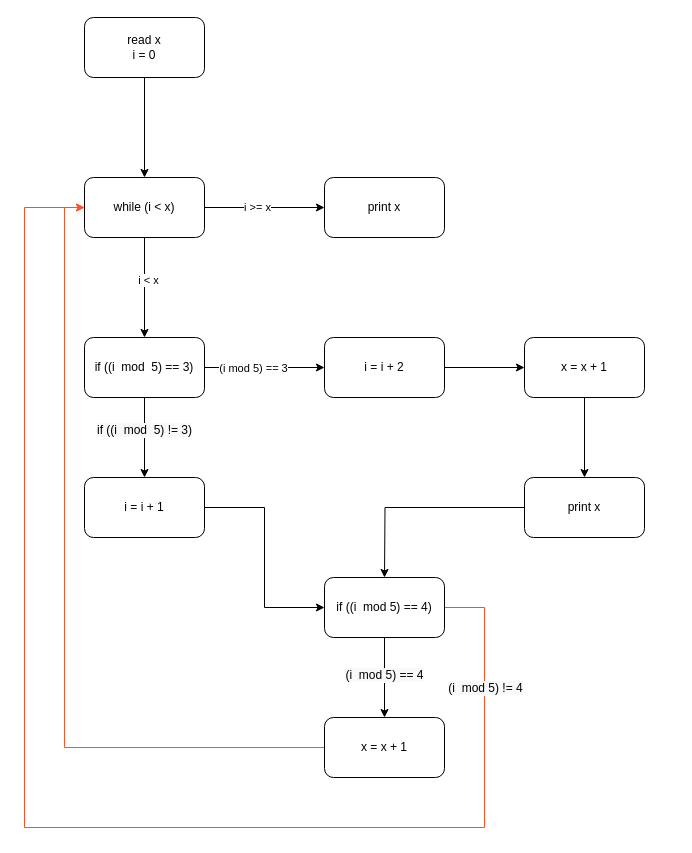
The draw.io diagram Exam 1.drawio in ramyareddy-g/flowdiagram, before the edit. Source tidied: cells renumbered, new cells numbered last; positions are measured from the earlier drawing's top-left corner, leaving out a move shared by most shapes. Both pictures are drawn from the tidied source at 100%, with x=0, y=0 at pixel (24, 17).
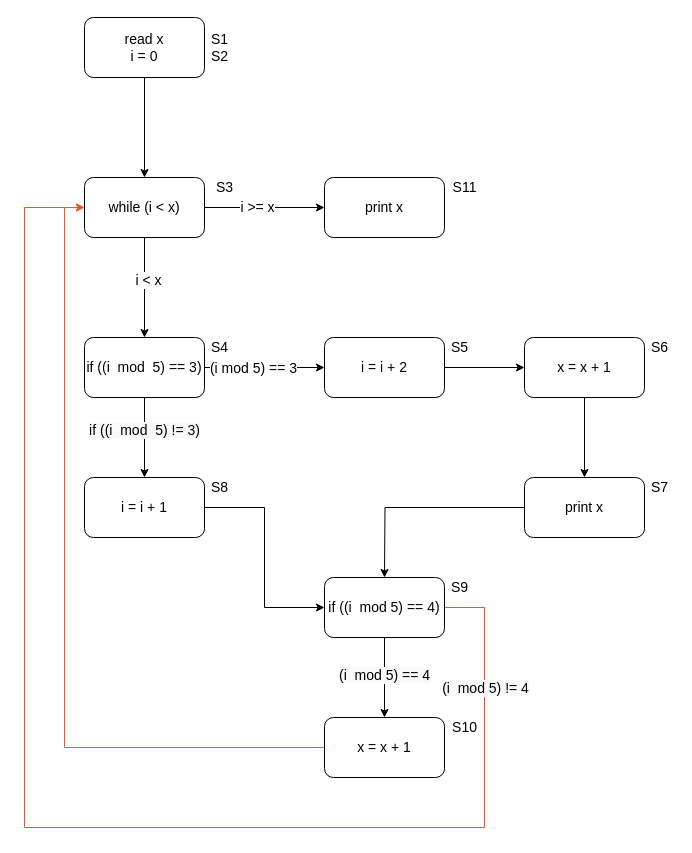
After the change.

Diff of the diagram source:
```diff
@@
-    <mxCell id="2" style="edgeStyle=orthogonalEdgeStyle;rounded=0;jettySize=auto;html=1;" parent="1" edge="1" source="3" target="8">
+    <mxCell id="2" style="edgeStyle=orthogonalEdgeStyle;rounded=0;jettySize=auto;html=1;fontSize=14;" parent="1" edge="1" source="3" target="8">
       <mxGeometry relative="1" as="geometry" />
     </mxCell>
-    <mxCell id="3" value="&lt;span&gt;read x&lt;/span&gt;&lt;br&gt;&lt;span&gt;i = 0&lt;/span&gt;" style="rounded=1;whiteSpace=wrap;html=1;" parent="1" vertex="1">
+    <mxCell id="3" value="&lt;span style=&quot;font-size: 14px;&quot;&gt;read x&lt;/span&gt;&lt;br style=&quot;font-size: 14px;&quot;&gt;&lt;span style=&quot;font-size: 14px;&quot;&gt;i = 0&lt;/span&gt;" style="rounded=1;whiteSpace=wrap;html=1;fontSize=14;" parent="1" vertex="1">
       <mxGeometry x="60" width="120" height="60" as="geometry" />
     </mxCell>
-    <mxCell id="4" style="edgeStyle=orthogonalEdgeStyle;rounded=0;jettySize=auto;html=1;" parent="1" edge="1" source="8" target="9">
+    <mxCell id="4" style="edgeStyle=orthogonalEdgeStyle;rounded=0;jettySize=auto;html=1;fontSize=14;" parent="1" edge="1" source="8" target="9">
       <mxGeometry relative="1" as="geometry" />
     </mxCell>
-    <mxCell id="5" value="i &amp;gt;= x" style="edgeLabel;html=1;align=center;verticalAlign=middle;" parent="4" vertex="1">
+    <mxCell id="5" value="i &amp;gt;= x" style="edgeLabel;html=1;align=center;verticalAlign=middle;fontSize=14;" parent="4" vertex="1">
       <mxGeometry x="-0.13" y="1" relative="1" as="geometry" />
     </mxCell>
-    <mxCell id="6" style="edgeStyle=orthogonalEdgeStyle;rounded=0;jettySize=auto;html=1;" parent="1" edge="1" source="8" target="14">
+    <mxCell id="6" style="edgeStyle=orthogonalEdgeStyle;rounded=0;jettySize=auto;html=1;fontSize=14;" parent="1" edge="1" source="8" target="14">
       <mxGeometry relative="1" as="geometry" />
     </mxCell>
-    <mxCell id="7" value="i &amp;lt; x" style="edgeLabel;html=1;align=center;verticalAlign=middle;" parent="6" vertex="1">
+    <mxCell id="7" value="i &amp;lt; x" style="edgeLabel;html=1;align=center;verticalAlign=middle;fontSize=14;" parent="6" vertex="1">
       <mxGeometry x="-0.16" y="3" relative="1" as="geometry" />
     </mxCell>
-    <mxCell id="8" value="while (i &amp;lt; x)" style="rounded=1;whiteSpace=wrap;html=1;" parent="1" vertex="1">
+    <mxCell id="8" value="while (i &amp;lt; x)" style="rounded=1;whiteSpace=wrap;html=1;fontSize=14;" parent="1" vertex="1">
       <mxGeometry x="60" y="160" width="120" height="60" as="geometry" />
     </mxCell>
-    <mxCell id="9" value="print x" style="rounded=1;whiteSpace=wrap;html=1;" parent="1" vertex="1">
+    <mxCell id="9" value="print x" style="rounded=1;whiteSpace=wrap;html=1;fontSize=14;" parent="1" vertex="1">
       <mxGeometry x="300" y="160" width="120" height="60" as="geometry" />
     </mxCell>
-    <mxCell id="10" style="edgeStyle=orthogonalEdgeStyle;rounded=0;jettySize=auto;html=1;" parent="1" edge="1" source="14" target="16">
+    <mxCell id="10" style="edgeStyle=orthogonalEdgeStyle;rounded=0;jettySize=auto;html=1;fontSize=14;" parent="1" edge="1" source="14" target="16">
       <mxGeometry relative="1" as="geometry" />
     </mxCell>
-    <mxCell id="11" value="(i mod 5) == 3" style="edgeLabel;html=1;align=center;verticalAlign=middle;" parent="10" vertex="1">
+    <mxCell id="11" value="(i mod 5) == 3" style="edgeLabel;html=1;align=center;verticalAlign=middle;fontSize=14;" parent="10" vertex="1">
       <mxGeometry x="-0.2" relative="1" as="geometry" />
     </mxCell>
-    <mxCell id="12" style="edgeStyle=orthogonalEdgeStyle;rounded=0;jettySize=auto;html=1;" parent="1" edge="1" source="14" target="18">
+    <mxCell id="12" style="edgeStyle=orthogonalEdgeStyle;rounded=0;jettySize=auto;html=1;fontSize=14;" parent="1" edge="1" source="14" target="18">
       <mxGeometry relative="1" as="geometry" />
     </mxCell>
-    <mxCell id="13" value="&lt;span style=&quot;font-size: 12px ; background-color: rgb(248 , 249 , 250)&quot;&gt;if ((i &amp;nbsp;mod &amp;nbsp;5) != 3)&lt;/span&gt;" style="edgeLabel;html=1;align=center;verticalAlign=middle;" parent="12" vertex="1">
+    <mxCell id="13" value="&lt;span style=&quot;font-size: 14px; background-color: rgb(248, 249, 250);&quot;&gt;if ((i &amp;nbsp;mod &amp;nbsp;5) != 3)&lt;/span&gt;" style="edgeLabel;html=1;align=center;verticalAlign=middle;fontSize=14;" parent="12" vertex="1">
       <mxGeometry x="-0.2" y="-1" relative="1" as="geometry" />
     </mxCell>
-    <mxCell id="14" value="if ((i &amp;nbsp;mod &amp;nbsp;5) == 3)" style="rounded=1;whiteSpace=wrap;html=1;" parent="1" vertex="1">
+    <mxCell id="14" value="if ((i &amp;nbsp;mod &amp;nbsp;5) == 3)" style="rounded=1;whiteSpace=wrap;html=1;fontSize=14;" parent="1" vertex="1">
       <mxGeometry x="60" y="320" width="120" height="60" as="geometry" />
     </mxCell>
-    <mxCell id="15" style="edgeStyle=orthogonalEdgeStyle;rounded=0;jettySize=auto;html=1;" parent="1" edge="1" source="16" target="20">
+    <mxCell id="15" style="edgeStyle=orthogonalEdgeStyle;rounded=0;jettySize=auto;html=1;fontSize=14;" parent="1" edge="1" source="16" target="20">
       <mxGeometry relative="1" as="geometry" />
     </mxCell>
-    <mxCell id="16" value="i = i + 2" style="rounded=1;whiteSpace=wrap;html=1;" parent="1" vertex="1">
+    <mxCell id="16" value="i = i + 2" style="rounded=1;whiteSpace=wrap;html=1;fontSize=14;" parent="1" vertex="1">
       <mxGeometry x="300" y="320" width="120" height="60" as="geometry" />
     </mxCell>
-    <mxCell id="17" style="edgeStyle=orthogonalEdgeStyle;rounded=0;jettySize=auto;html=1;entryX=0;entryY=0.5;entryDx=0;entryDy=0;" parent="1" edge="1" source="18" target="28">
+    <mxCell id="17" style="edgeStyle=orthogonalEdgeStyle;rounded=0;jettySize=auto;html=1;entryX=0;entryY=0.5;entryDx=0;entryDy=0;fontSize=14;" parent="1" edge="1" source="18" target="28">
       <mxGeometry relative="1" as="geometry" />
     </mxCell>
-    <mxCell id="18" value="i = i + 1" style="rounded=1;whiteSpace=wrap;html=1;" parent="1" vertex="1">
+    <mxCell id="18" value="i = i + 1" style="rounded=1;whiteSpace=wrap;html=1;fontSize=14;" parent="1" vertex="1">
       <mxGeometry x="60" y="460" width="120" height="60" as="geometry" />
     </mxCell>
-    <mxCell id="19" style="edgeStyle=orthogonalEdgeStyle;rounded=0;jettySize=auto;html=1;" parent="1" edge="1" source="20" target="22">
+    <mxCell id="19" style="edgeStyle=orthogonalEdgeStyle;rounded=0;jettySize=auto;html=1;fontSize=14;" parent="1" edge="1" source="20" target="22">
       <mxGeometry relative="1" as="geometry" />
     </mxCell>
-    <mxCell id="20" value="x = x + 1" style="rounded=1;whiteSpace=wrap;html=1;" parent="1" vertex="1">
+    <mxCell id="20" value="x = x + 1" style="rounded=1;whiteSpace=wrap;html=1;fontSize=14;" parent="1" vertex="1">
       <mxGeometry x="500" y="320" width="120" height="60" as="geometry" />
     </mxCell>
-    <mxCell id="21" style="edgeStyle=orthogonalEdgeStyle;rounded=0;jettySize=auto;html=1;" parent="1" edge="1" source="22">
+    <mxCell id="21" style="edgeStyle=orthogonalEdgeStyle;rounded=0;jettySize=auto;html=1;fontSize=14;" parent="1" edge="1" source="22">
       <mxGeometry relative="1" as="geometry">
         <mxPoint x="360" y="560" as="targetPoint" />
       </mxGeometry>
     </mxCell>
-    <mxCell id="22" value="print x" style="rounded=1;whiteSpace=wrap;html=1;" parent="1" vertex="1">
+    <mxCell id="22" value="print x" style="rounded=1;whiteSpace=wrap;html=1;fontSize=14;" parent="1" vertex="1">
       <mxGeometry x="500" y="460" width="120" height="60" as="geometry" />
     </mxCell>
-    <mxCell id="23" style="edgeStyle=orthogonalEdgeStyle;rounded=0;jettySize=auto;html=1;" parent="1" edge="1" source="28" target="30">
+    <mxCell id="23" style="edgeStyle=orthogonalEdgeStyle;rounded=0;jettySize=auto;html=1;fontSize=14;" parent="1" edge="1" source="28" target="30">
       <mxGeometry relative="1" as="geometry" />
     </mxCell>
-    <mxCell id="24" value="&lt;span style=&quot;font-size: 12px ; background-color: rgb(248 , 249 , 250)&quot;&gt;(i &amp;nbsp;mod 5) == 4&lt;/span&gt;" style="edgeLabel;html=1;align=center;verticalAlign=middle;" parent="23" vertex="1">
+    <mxCell id="24" value="&lt;span style=&quot;font-size: 14px; background-color: rgb(248, 249, 250);&quot;&gt;(i &amp;nbsp;mod 5) == 4&lt;/span&gt;" style="edgeLabel;html=1;align=center;verticalAlign=middle;fontSize=14;" parent="23" vertex="1">
       <mxGeometry x="-0.07" y="-1" relative="1" as="geometry" />
     </mxCell>
-    <mxCell id="25" style="edgeStyle=orthogonalEdgeStyle;rounded=0;jettySize=auto;html=1;entryX=0;entryY=0.5;entryDx=0;entryDy=0;strokeColor=#FF4E21;" parent="1" edge="1" source="28" target="8">
+    <mxCell id="25" style="edgeStyle=orthogonalEdgeStyle;rounded=0;jettySize=auto;html=1;entryX=0;entryY=0.5;entryDx=0;entryDy=0;strokeColor=#FF4E21;fontSize=14;" parent="1" edge="1" source="28" target="8">
       <mxGeometry relative="1" as="geometry">
         <Array as="points">
           <mxPoint x="460" y="590" />
           <mxPoint x="460" y="810" />
           <mxPoint y="810" />
           <mxPoint y="190" />
         </Array>
       </mxGeometry>
     </mxCell>
-    <mxCell id="26" style="edgeLabel;html=1;align=center;verticalAlign=middle;" parent="25" vertex="1">
-      <mxGeometry x="-0.82" y="1" relative="1" as="geometry" />
-    </mxCell>
-    <mxCell id="27" value="&lt;span style=&quot;font-size: 12px ; background-color: rgb(248 , 249 , 250)&quot;&gt;(i &amp;nbsp;mod 5) != 4&lt;/span&gt;" style="edgeLabel;html=1;align=center;verticalAlign=middle;" parent="25" vertex="1">
+    <mxCell id="27" value="&lt;span style=&quot;font-size: 14px; background-color: rgb(248, 249, 250);&quot;&gt;(i &amp;nbsp;mod 5) != 4&lt;/span&gt;" style="edgeLabel;html=1;align=center;verticalAlign=middle;fontSize=14;" parent="25" vertex="1">
       <mxGeometry x="-0.81" relative="1" as="geometry">
         <mxPoint y="-13" as="offset" />
       </mxGeometry>
     </mxCell>
-    <mxCell id="28" value="if ((i &amp;nbsp;mod 5) == 4)" style="rounded=1;whiteSpace=wrap;html=1;" parent="1" vertex="1">
+    <mxCell id="28" value="if ((i &amp;nbsp;mod 5) == 4)" style="rounded=1;whiteSpace=wrap;html=1;fontSize=14;" parent="1" vertex="1">
       <mxGeometry x="300" y="560" width="120" height="60" as="geometry" />
     </mxCell>
-    <mxCell id="29" style="edgeStyle=orthogonalEdgeStyle;rounded=0;jettySize=auto;html=1;entryX=0;entryY=0.5;entryDx=0;entryDy=0;strokeColor=#FF5226;" parent="1" edge="1" source="30" target="8">
+    <mxCell id="29" style="edgeStyle=orthogonalEdgeStyle;rounded=0;jettySize=auto;html=1;entryX=0;entryY=0.5;entryDx=0;entryDy=0;strokeColor=#FF5226;fontSize=14;" parent="1" edge="1" source="30" target="8">
       <mxGeometry relative="1" as="geometry" />
     </mxCell>
-    <mxCell id="30" value="x = x + 1" style="rounded=1;whiteSpace=wrap;html=1;" parent="1" vertex="1">
+    <mxCell id="30" value="x = x + 1" style="rounded=1;whiteSpace=wrap;html=1;fontSize=14;" parent="1" vertex="1">
       <mxGeometry x="300" y="700" width="120" height="60" as="geometry" />
     </mxCell>
+    <mxCell id="31" value="S1&lt;br style=&quot;font-size: 14px;&quot;&gt;S2" style="text;html=1;align=center;verticalAlign=middle;strokeColor=none;fillColor=none;fontSize=14;" parent="1" vertex="1">
+      <mxGeometry x="180" y="10" width="30" height="40" as="geometry" />
+    </mxCell>
+    <mxCell id="32" value="S3" style="text;html=1;align=center;verticalAlign=middle;strokeColor=none;fillColor=none;fontSize=14;" parent="1" vertex="1">
+      <mxGeometry x="185" y="160" width="30" height="20" as="geometry" />
+    </mxCell>
+    <mxCell id="33" value="S11" style="text;html=1;align=center;verticalAlign=middle;strokeColor=none;fillColor=none;fontSize=14;" parent="1" vertex="1">
+      <mxGeometry x="420" y="160" width="40" height="20" as="geometry" />
+    </mxCell>
+    <mxCell id="34" value="S4" style="text;html=1;align=center;verticalAlign=middle;strokeColor=none;fillColor=none;fontSize=14;" parent="1" vertex="1">
+      <mxGeometry x="180" y="320" width="30" height="20" as="geometry" />
+    </mxCell>
+    <mxCell id="35" value="S5" style="text;html=1;align=center;verticalAlign=middle;strokeColor=none;fillColor=none;fontSize=14;" parent="1" vertex="1">
+      <mxGeometry x="420" y="320" width="30" height="20" as="geometry" />
+    </mxCell>
+    <mxCell id="36" value="S6" style="text;html=1;align=center;verticalAlign=middle;strokeColor=none;fillColor=none;fontSize=14;" parent="1" vertex="1">
+      <mxGeometry x="620" y="320" width="30" height="20" as="geometry" />
+    </mxCell>
+    <mxCell id="37" value="S7" style="text;html=1;align=center;verticalAlign=middle;strokeColor=none;fillColor=none;fontSize=14;" parent="1" vertex="1">
+      <mxGeometry x="620" y="460" width="30" height="20" as="geometry" />
+    </mxCell>
+    <mxCell id="38" value="S8" style="text;html=1;align=center;verticalAlign=middle;strokeColor=none;fillColor=none;fontSize=14;" parent="1" vertex="1">
+      <mxGeometry x="180" y="460" width="30" height="20" as="geometry" />
+    </mxCell>
+    <mxCell id="39" value="S9" style="text;html=1;align=center;verticalAlign=middle;strokeColor=none;fillColor=none;fontSize=14;" parent="1" vertex="1">
+      <mxGeometry x="420" y="560" width="30" height="20" as="geometry" />
+    </mxCell>
+    <mxCell id="40" value="S10" style="text;html=1;align=center;verticalAlign=middle;strokeColor=none;fillColor=none;fontSize=14;" parent="1" vertex="1">
+      <mxGeometry x="420" y="700" width="40" height="20" as="geometry" />
+    </mxCell>
```
